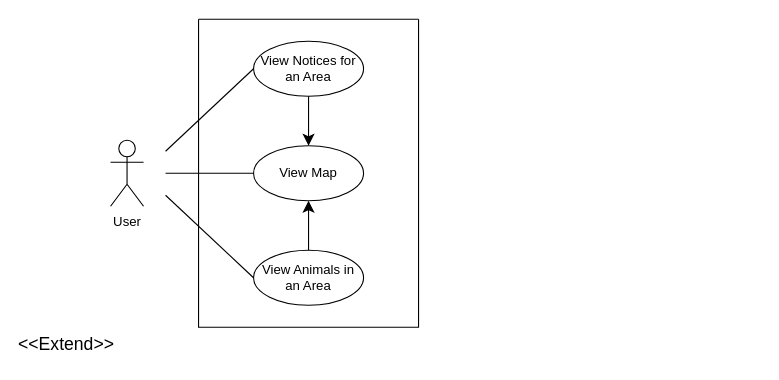
Above: Use Case.drawio in h0dgep0dge/itsd6.349 (draw.io), before the change. Source tidied: cells renumbered, new cells numbered last; positions are measured from the earlier drawing's top-left corner, leaving out a move shared by most shapes. Both pictures are drawn from the tidied source at 110%, with x=0, y=0 at pixel (33, 19).
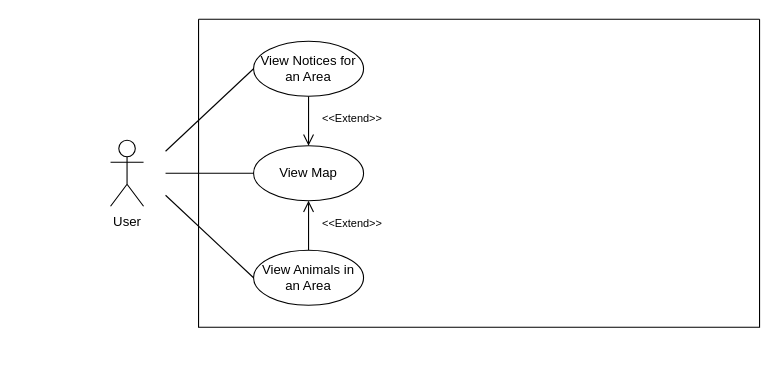
The same diagram, later.

Change to the diagram source:
```diff
@@
 <mxGraphModel>
   <root>
     <mxCell id="0" />
     <mxCell id="1" parent="0" />
     <mxCell id="2" value="User" style="shape=umlActor;verticalLabelPosition=bottom;verticalAlign=top;html=1;" parent="1" vertex="1">
       <mxGeometry x="70" y="110" width="30" height="60" as="geometry" />
     </mxCell>
     <mxCell id="3" style="swimlane;startSize=0;" parent="1" vertex="1">
-      <mxGeometry x="150" width="200" height="280" as="geometry" />
+      <mxGeometry x="150" width="510" height="280" as="geometry" />
     </mxCell>
     <mxCell id="4" value="View Map" style="ellipse;whiteSpace=wrap;html=1;" parent="3" vertex="1">
       <mxGeometry x="50" y="115" width="100" height="50" as="geometry" />
     </mxCell>
-    <mxCell id="5" style="edgeStyle=none;curved=1;rounded=0;jettySize=auto;html=1;exitX=0.5;exitY=0;exitDx=0;exitDy=0;entryX=0.5;entryY=1;entryDx=0;entryDy=0;fontSize=12;startSize=8;endSize=8;" parent="3" edge="1" source="6" target="4">
+    <mxCell id="5" style="edgeStyle=none;curved=1;rounded=0;jettySize=auto;html=1;exitX=0.5;exitY=0;exitDx=0;exitDy=0;entryX=0.5;entryY=1;entryDx=0;entryDy=0;fontSize=12;startSize=8;endSize=8;endArrow=open;endFill=0;" parent="3" edge="1" source="6" target="4">
       <mxGeometry relative="1" as="geometry" />
     </mxCell>
     <mxCell id="6" value="View Animals in an Area" style="ellipse;whiteSpace=wrap;html=1;" parent="3" vertex="1">
       <mxGeometry x="50" y="210" width="100" height="50" as="geometry" />
     </mxCell>
-    <mxCell id="7" style="edgeStyle=none;curved=1;rounded=0;jettySize=auto;html=1;exitX=0.5;exitY=1;exitDx=0;exitDy=0;entryX=0.5;entryY=0;entryDx=0;entryDy=0;fontSize=12;startSize=8;endSize=8;" parent="3" edge="1" source="8" target="4">
+    <mxCell id="7" style="edgeStyle=none;curved=1;rounded=0;jettySize=auto;html=1;exitX=0.5;exitY=1;exitDx=0;exitDy=0;entryX=0.5;entryY=0;entryDx=0;entryDy=0;fontSize=12;startSize=8;endSize=8;endArrow=open;endFill=0;" parent="3" edge="1" source="8" target="4">
       <mxGeometry relative="1" as="geometry" />
     </mxCell>
     <mxCell id="8" value="View Notices for an Area" style="ellipse;whiteSpace=wrap;html=1;" parent="3" vertex="1">
       <mxGeometry x="50" y="20" width="100" height="50" as="geometry" />
     </mxCell>
     <mxCell id="9" style="endArrow=none;html=1;rounded=0;fontSize=12;startSize=8;endSize=8;curved=1;entryX=0;entryY=0.5;entryDx=0;entryDy=0;" parent="3" edge="1" target="8">
       <mxGeometry relative="1" as="geometry">
         <mxPoint x="-30" y="120" as="sourcePoint" />
       </mxGeometry>
     </mxCell>
+    <mxCell id="12" value="&amp;lt;&amp;lt;Extend&amp;gt;&amp;gt;" style="text;html=1;align=center;verticalAlign=middle;whiteSpace=wrap;rounded=0;fontSize=10;" parent="3" vertex="1">
+      <mxGeometry x="110" y="80" width="60" height="20" as="geometry" />
+    </mxCell>
+    <mxCell id="13" value="&amp;lt;&amp;lt;Extend&amp;gt;&amp;gt;" style="text;html=1;align=center;verticalAlign=middle;whiteSpace=wrap;rounded=0;fontSize=10;" parent="3" vertex="1">
+      <mxGeometry x="110" y="170" width="60" height="30" as="geometry" />
+    </mxCell>
     <mxCell id="10" style="endArrow=none;html=1;rounded=0;fontSize=12;startSize=8;endSize=8;curved=1;entryX=0;entryY=0.5;entryDx=0;entryDy=0;" parent="1" edge="1" target="4">
       <mxGeometry relative="1" as="geometry">
         <mxPoint x="120" y="140" as="sourcePoint" />
       </mxGeometry>
     </mxCell>
     <mxCell id="11" style="endArrow=none;html=1;rounded=0;fontSize=12;startSize=8;endSize=8;curved=1;entryX=0;entryY=0.5;entryDx=0;entryDy=0;" parent="1" edge="1" target="6">
       <mxGeometry relative="1" as="geometry">
         <mxPoint x="120" y="160" as="sourcePoint" />
       </mxGeometry>
     </mxCell>
-    <mxCell id="12" value="&amp;lt;&amp;lt;Extend&amp;gt;&amp;gt;" style="text;html=1;align=center;verticalAlign=middle;whiteSpace=wrap;rounded=0;fontSize=16;" parent="1" vertex="1">
-      <mxGeometry y="280" width="60" height="30" as="geometry" />
-    </mxCell>
   </root>
 </mxGraphModel>
```
